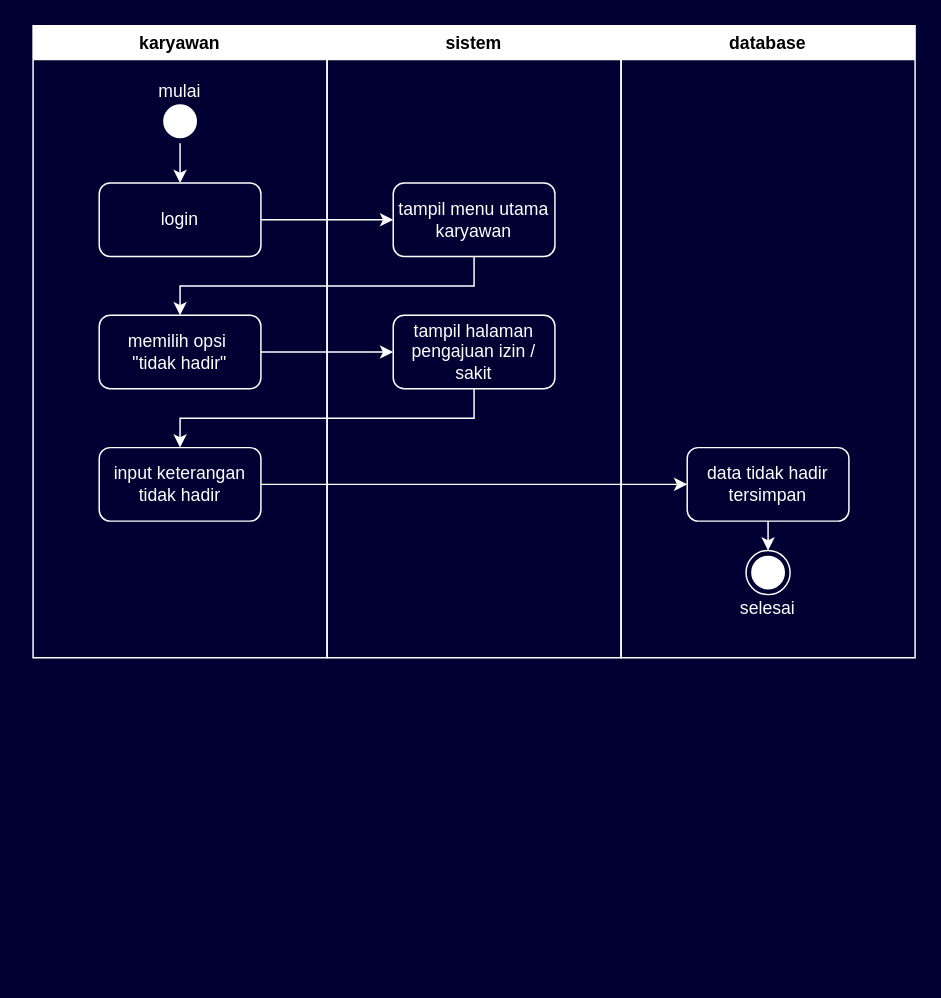
k-barr/Diagram keeps this draw.io diagram as activity diagram cuti desain.drawio. Above is the earlier version. Source tidied: cells renumbered, new cells numbered last; positions are measured from the earlier drawing's top-left corner, leaving out a move shared by most shapes. Both pictures are drawn from the tidied source at 147%, with x=0, y=0 at pixel (32, 25).
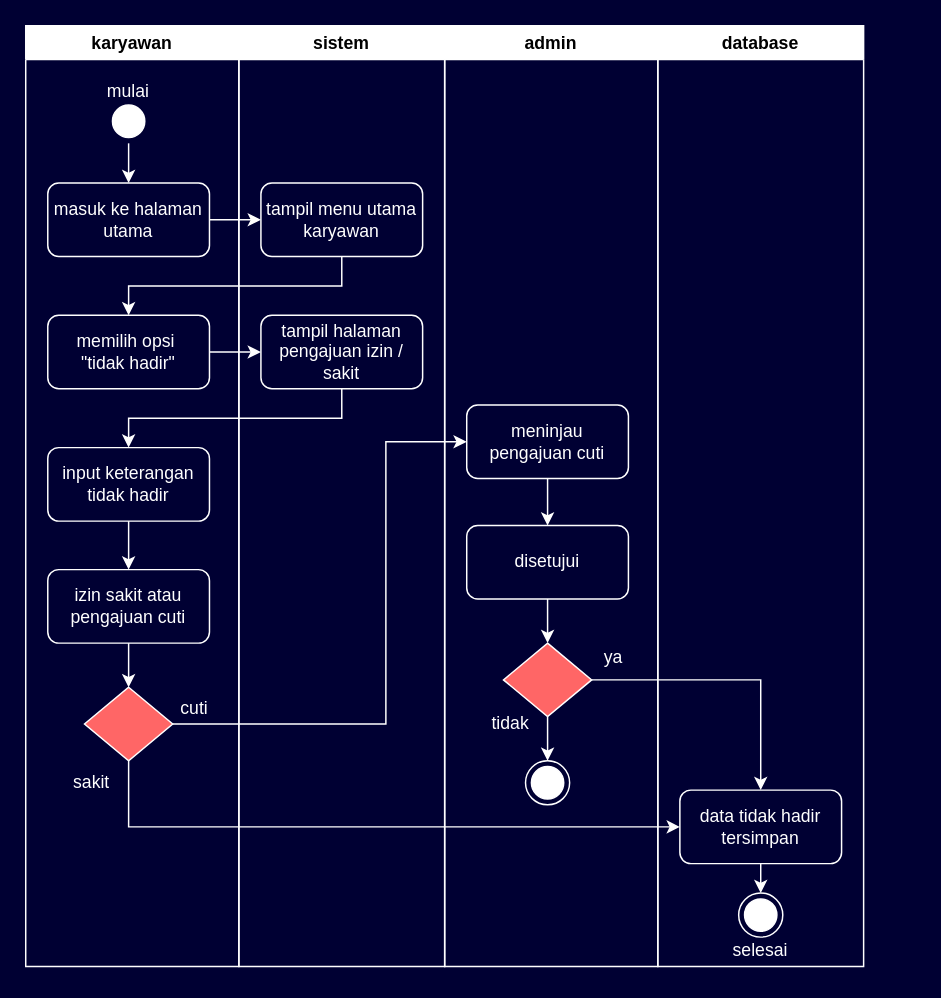
The same page after the edit.

Diff of the diagram source:
```diff
@@
     <mxCell id="2" value="karyawan" style="swimlane;whiteSpace=wrap;html=1;strokeColor=#FFFFFF;" parent="1" vertex="1">
-      <mxGeometry width="200" height="430" as="geometry" />
+      <mxGeometry x="-5" width="145" height="640" as="geometry" />
     </mxCell>
@@
     <mxCell id="4" style="ellipse;html=1;shape=startState;fillColor=#FFFFFF;strokeColor=#FFFFFF;" parent="2" vertex="1">
-      <mxGeometry x="85" y="50" width="30" height="30" as="geometry" />
+      <mxGeometry x="55" y="50" width="30" height="30" as="geometry" />
     </mxCell>
-    <mxCell id="5" value="&lt;font color=&quot;#ffffff&quot;&gt;login&lt;/font&gt;" style="html=1;whiteSpace=wrap;fillColor=none;strokeColor=#FFFFFF;rounded=1;" parent="2" vertex="1">
-      <mxGeometry x="45" y="107" width="110" height="50" as="geometry" />
+    <mxCell id="5" value="&lt;font color=&quot;#ffffff&quot;&gt;masuk ke halaman utama&lt;/font&gt;" style="html=1;whiteSpace=wrap;fillColor=none;strokeColor=#FFFFFF;rounded=1;" parent="2" vertex="1">
+      <mxGeometry x="15" y="107" width="110" height="50" as="geometry" />
     </mxCell>
     <mxCell id="6" value="&lt;font color=&quot;#ffffff&quot;&gt;memilih opsi&amp;nbsp;&lt;/font&gt;&lt;div&gt;&lt;font color=&quot;#ffffff&quot;&gt;&quot;tidak hadir&quot;&lt;/font&gt;&lt;/div&gt;" style="html=1;whiteSpace=wrap;fillColor=none;strokeColor=#FFFFFF;rounded=1;" parent="2" vertex="1">
-      <mxGeometry x="45" y="197" width="110" height="50" as="geometry" />
+      <mxGeometry x="15" y="197" width="110" height="50" as="geometry" />
     </mxCell>
+    <mxCell id="22" style="edgeStyle=orthogonalEdgeStyle;rounded=0;jettySize=auto;html=1;exitX=0.5;exitY=1;exitDx=0;exitDy=0;entryX=0.5;entryY=0;entryDx=0;entryDy=0;strokeColor=#FFFFFF;" parent="2" edge="1" source="7" target="24">
+      <mxGeometry relative="1" as="geometry" />
+    </mxCell>
     <mxCell id="7" value="&lt;font color=&quot;#ffffff&quot;&gt;input keterangan tidak hadir&lt;/font&gt;" style="html=1;whiteSpace=wrap;fillColor=none;strokeColor=#FFFFFF;rounded=1;" parent="2" vertex="1">
-      <mxGeometry x="45" y="287" width="110" height="50" as="geometry" />
+      <mxGeometry x="15" y="287" width="110" height="50" as="geometry" />
     </mxCell>
     <mxCell id="8" value="&lt;font color=&quot;#ffffff&quot;&gt;mulai&lt;/font&gt;" style="text;html=1;align=center;verticalAlign=middle;whiteSpace=wrap;rounded=0;" parent="2" vertex="1">
-      <mxGeometry x="70" y="30" width="60" height="30" as="geometry" />
+      <mxGeometry x="40" y="30" width="60" height="30" as="geometry" />
     </mxCell>
+    <mxCell id="23" style="edgeStyle=orthogonalEdgeStyle;rounded=0;jettySize=auto;html=1;exitX=0.5;exitY=1;exitDx=0;exitDy=0;entryX=0.5;entryY=0;entryDx=0;entryDy=0;strokeColor=#FFFFFF;" parent="2" edge="1" source="24" target="25">
+      <mxGeometry relative="1" as="geometry" />
+    </mxCell>
+    <mxCell id="24" value="&lt;font color=&quot;#ffffff&quot;&gt;izin sakit atau pengajuan cuti&lt;/font&gt;" style="html=1;whiteSpace=wrap;fillColor=none;strokeColor=#FFFFFF;rounded=1;" parent="2" vertex="1">
+      <mxGeometry x="15" y="370" width="110" height="50" as="geometry" />
+    </mxCell>
+    <mxCell id="25" style="rhombus;whiteSpace=wrap;html=1;strokeColor=#FFFFFF;fillColor=#FF6666;" parent="2" vertex="1">
+      <mxGeometry x="40" y="450" width="60" height="50" as="geometry" />
+    </mxCell>
+    <mxCell id="26" value="&lt;font color=&quot;#ffffff&quot;&gt;cuti&lt;/font&gt;" style="text;html=1;align=center;verticalAlign=middle;whiteSpace=wrap;rounded=0;" parent="2" vertex="1">
+      <mxGeometry x="85" y="450" width="60" height="30" as="geometry" />
+    </mxCell>
+    <mxCell id="27" value="&lt;font color=&quot;#ffffff&quot;&gt;sakit&lt;/font&gt;" style="text;html=1;align=center;verticalAlign=middle;whiteSpace=wrap;rounded=0;" parent="2" vertex="1">
+      <mxGeometry x="15" y="500" width="60" height="30" as="geometry" />
+    </mxCell>
     <mxCell id="9" value="sistem" style="swimlane;whiteSpace=wrap;html=1;strokeColor=#FFFFFF;" parent="1" vertex="1">
-      <mxGeometry x="200" width="200" height="430" as="geometry" />
+      <mxGeometry x="140" width="140" height="640" as="geometry" />
     </mxCell>
     <mxCell id="10" value="&lt;font color=&quot;#ffffff&quot;&gt;tampil menu utama karyawan&lt;/font&gt;" style="html=1;whiteSpace=wrap;fillColor=none;strokeColor=#FFFFFF;rounded=1;" parent="9" vertex="1">
-      <mxGeometry x="45" y="107" width="110" height="50" as="geometry" />
+      <mxGeometry x="15" y="107" width="110" height="50" as="geometry" />
     </mxCell>
     <mxCell id="11" value="&lt;font color=&quot;#ffffff&quot;&gt;tampil halaman pengajuan izin / sakit&lt;/font&gt;" style="html=1;whiteSpace=wrap;fillColor=none;strokeColor=#FFFFFF;rounded=1;" parent="9" vertex="1">
-      <mxGeometry x="45" y="197" width="110" height="50" as="geometry" />
+      <mxGeometry x="15" y="197" width="110" height="50" as="geometry" />
     </mxCell>
     <mxCell id="12" value="database" style="swimlane;whiteSpace=wrap;html=1;strokeColor=#FFFFFF;" parent="1" vertex="1">
-      <mxGeometry x="400" width="200" height="430" as="geometry" />
+      <mxGeometry x="425" width="140" height="640" as="geometry" />
     </mxCell>
     <mxCell id="13" style="ellipse;html=1;shape=endState;fillColor=#FFFFFF;strokeColor=#FFFFFF;" parent="12" vertex="1">
-      <mxGeometry x="85" y="357" width="30" height="30" as="geometry" />
+      <mxGeometry x="55" y="590" width="30" height="30" as="geometry" />
     </mxCell>
@@
     <mxCell id="15" value="&lt;font color=&quot;#ffffff&quot;&gt;data tidak hadir tersimpan&lt;/font&gt;" style="html=1;whiteSpace=wrap;fillColor=none;strokeColor=#FFFFFF;rounded=1;" parent="12" vertex="1">
-      <mxGeometry x="45" y="287" width="110" height="50" as="geometry" />
+      <mxGeometry x="15" y="520" width="110" height="50" as="geometry" />
     </mxCell>
     <mxCell id="16" value="&lt;font color=&quot;#ffffff&quot;&gt;selesai&lt;/font&gt;" style="text;html=1;align=center;verticalAlign=middle;whiteSpace=wrap;rounded=0;" parent="12" vertex="1">
-      <mxGeometry x="70" y="382" width="60" height="30" as="geometry" />
+      <mxGeometry x="40" y="614" width="60" height="30" as="geometry" />
     </mxCell>
@@
-    <mxCell id="21" style="edgeStyle=orthogonalEdgeStyle;rounded=0;jettySize=auto;html=1;exitX=1;exitY=0.5;exitDx=0;exitDy=0;entryX=0;entryY=0.5;entryDx=0;entryDy=0;strokeColor=#FFFFFF;" parent="1" edge="1" source="7" target="15">
-      <mxGeometry relative="1" as="geometry" />
-    </mxCell>
+    <mxCell id="28" value="admin" style="swimlane;whiteSpace=wrap;html=1;strokeColor=#FFFFFF;startSize=23;" parent="1" vertex="1">
+      <mxGeometry x="280" width="145" height="640" as="geometry" />
+    </mxCell>
+    <mxCell id="29" style="edgeStyle=orthogonalEdgeStyle;rounded=0;jettySize=auto;html=1;exitX=0.5;exitY=1;exitDx=0;exitDy=0;entryX=0.5;entryY=0;entryDx=0;entryDy=0;strokeColor=#FFFFFF;" parent="28" edge="1" source="30" target="34">
+      <mxGeometry relative="1" as="geometry" />
+    </mxCell>
+    <mxCell id="30" value="&lt;font color=&quot;#ffffff&quot;&gt;meninjau pengajuan cuti&lt;/font&gt;" style="html=1;whiteSpace=wrap;fillColor=none;strokeColor=#FFFFFF;rounded=1;" parent="28" vertex="1">
+      <mxGeometry x="15" y="258" width="110" height="50" as="geometry" />
+    </mxCell>
+    <mxCell id="31" style="edgeStyle=orthogonalEdgeStyle;rounded=0;jettySize=auto;html=1;exitX=0.5;exitY=1;exitDx=0;exitDy=0;entryX=0.5;entryY=0;entryDx=0;entryDy=0;strokeColor=#FFFFFF;" parent="28" edge="1" source="32" target="35">
+      <mxGeometry relative="1" as="geometry" />
+    </mxCell>
+    <mxCell id="32" style="rhombus;whiteSpace=wrap;html=1;strokeColor=#FFFFFF;fillColor=#FF6666;" parent="28" vertex="1">
+      <mxGeometry x="40" y="420" width="60" height="50" as="geometry" />
+    </mxCell>
+    <mxCell id="33" style="edgeStyle=orthogonalEdgeStyle;rounded=0;jettySize=auto;html=1;exitX=0.5;exitY=1;exitDx=0;exitDy=0;entryX=0.5;entryY=0;entryDx=0;entryDy=0;strokeColor=#FFFFFF;" parent="28" edge="1" source="34" target="32">
+      <mxGeometry relative="1" as="geometry" />
+    </mxCell>
+    <mxCell id="34" value="&lt;font color=&quot;#ffffff&quot;&gt;disetujui&lt;/font&gt;" style="html=1;whiteSpace=wrap;fillColor=none;strokeColor=#FFFFFF;rounded=1;" parent="28" vertex="1">
+      <mxGeometry x="15" y="340" width="110" height="50" as="geometry" />
+    </mxCell>
+    <mxCell id="35" style="ellipse;html=1;shape=endState;fillColor=#FFFFFF;strokeColor=#FFFFFF;" parent="28" vertex="1">
+      <mxGeometry x="55" y="500" width="30" height="30" as="geometry" />
+    </mxCell>
+    <mxCell id="36" value="&lt;font color=&quot;#ffffff&quot;&gt;ya&lt;/font&gt;" style="text;html=1;align=center;verticalAlign=middle;whiteSpace=wrap;rounded=0;" parent="28" vertex="1">
+      <mxGeometry x="85" y="415" width="60" height="30" as="geometry" />
+    </mxCell>
+    <mxCell id="37" value="&lt;font color=&quot;#ffffff&quot;&gt;tidak&lt;/font&gt;" style="text;html=1;align=center;verticalAlign=middle;whiteSpace=wrap;rounded=0;" parent="28" vertex="1">
+      <mxGeometry x="15" y="460" width="60" height="30" as="geometry" />
+    </mxCell>
+    <mxCell id="38" style="edgeStyle=orthogonalEdgeStyle;rounded=0;jettySize=auto;html=1;exitX=1;exitY=0.5;exitDx=0;exitDy=0;entryX=0;entryY=0.5;entryDx=0;entryDy=0;strokeColor=#FFFFFF;" parent="1" edge="1" source="25" target="30">
+      <mxGeometry relative="1" as="geometry">
+        <Array as="points">
+          <mxPoint x="240" y="475" />
+          <mxPoint x="240" y="283" />
+        </Array>
+      </mxGeometry>
+    </mxCell>
+    <mxCell id="39" style="edgeStyle=orthogonalEdgeStyle;rounded=0;jettySize=auto;html=1;exitX=0.5;exitY=1;exitDx=0;exitDy=0;entryX=0;entryY=0.5;entryDx=0;entryDy=0;strokeColor=#FFFFFF;" parent="1" edge="1" source="25" target="15">
+      <mxGeometry relative="1" as="geometry" />
+    </mxCell>
+    <mxCell id="40" style="edgeStyle=orthogonalEdgeStyle;rounded=0;jettySize=auto;html=1;exitX=1;exitY=0.5;exitDx=0;exitDy=0;entryX=0.5;entryY=0;entryDx=0;entryDy=0;strokeColor=#FFFFFF;" parent="1" edge="1" source="32" target="15">
+      <mxGeometry relative="1" as="geometry" />
+    </mxCell>
```
